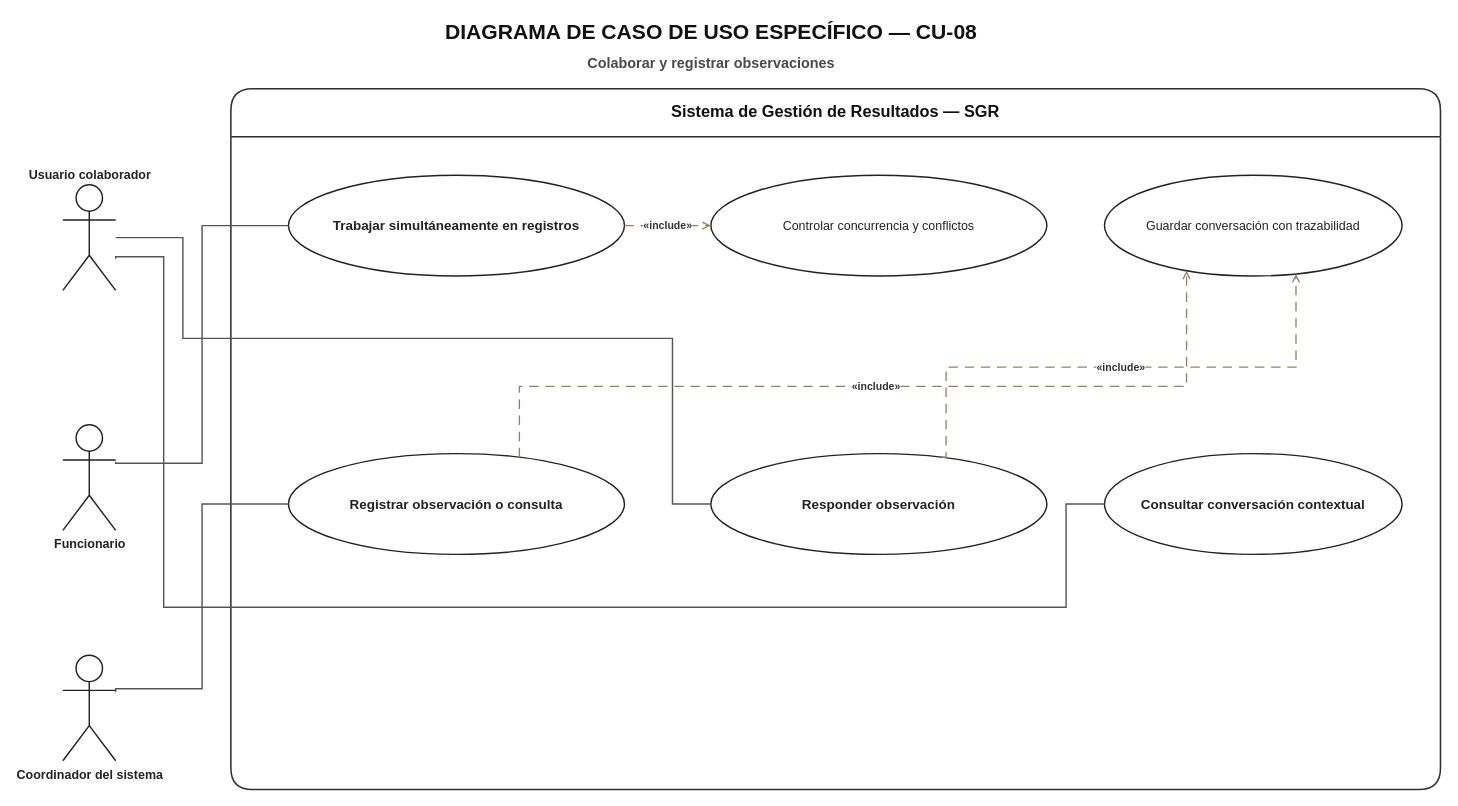
The draw.io diagram docs/uml/02_casos_de_uso/02_especificos/CU08_colaborar_y_registrar_observaciones/Diagrama_Caso_Uso_Especifico_CU08_SGR.drawio in MasterCapehart/sgr-proyecto-integrado, before the edit. Source tidied: cells renumbered, new cells numbered last; positions are measured from the earlier drawing's top-left corner, leaving out a move shared by most shapes. Both pictures are drawn from the tidied source at 96%, with x=0, y=0 at pixel (62, 16).
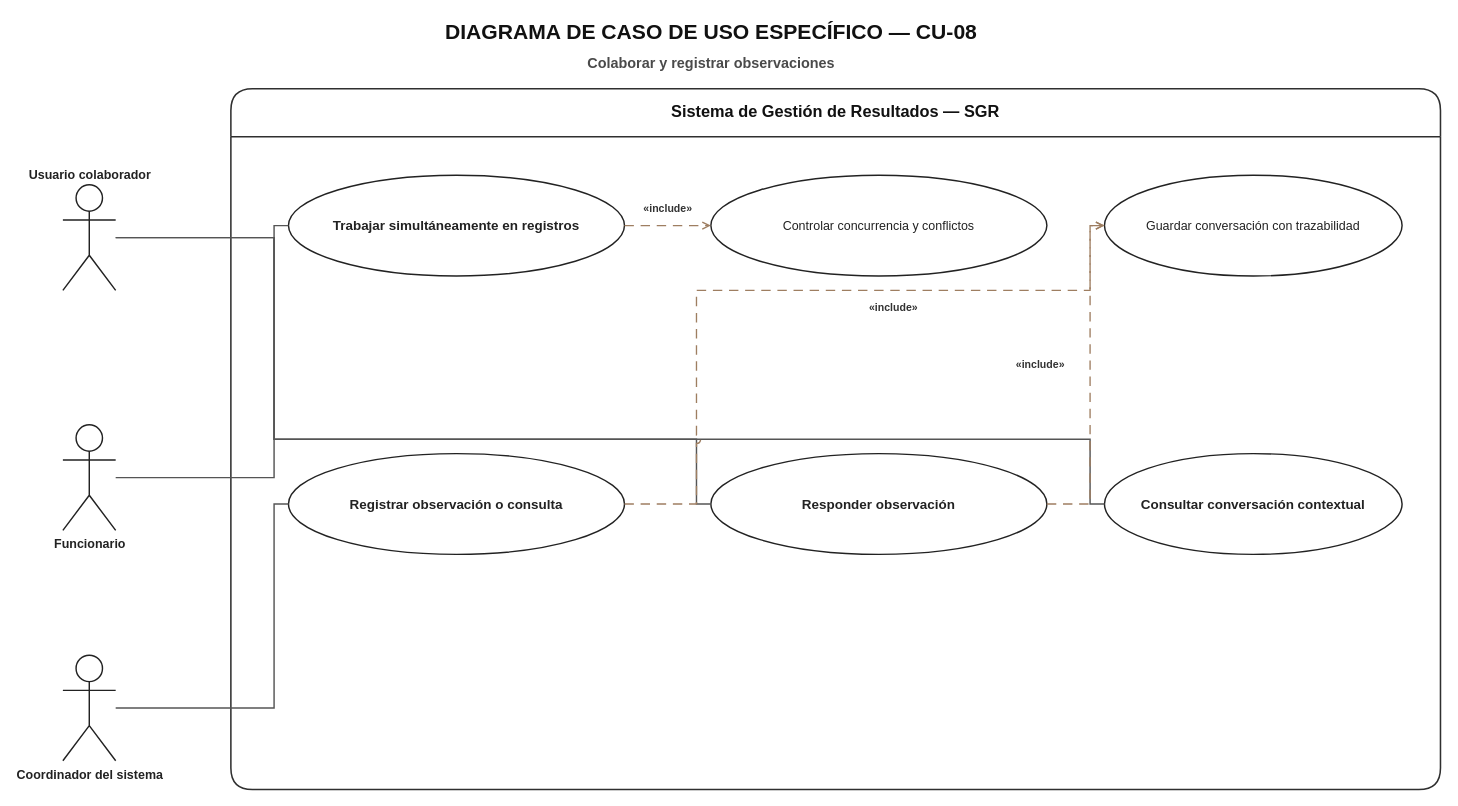
After the change.

The change refers to these unchanged cells:
```xml
<mxCell id="5" value="Usuario colaborador" style="shape=umlActor;verticalLabelPosition=top;verticalAlign=bottom;html=1;outlineConnect=0;fillColor=#FFFFFF;strokeColor=#222222;fontColor=#222222;fontSize=13;fontStyle=1;strokeWidth=1.5;" parent="1" vertex="1">
  <mxGeometry y="175" width="55" height="110" as="geometry" />
</mxCell>
<mxCell id="6" value="Funcionario" style="shape=umlActor;verticalLabelPosition=bottom;verticalAlign=top;html=1;outlineConnect=0;fillColor=#FFFFFF;strokeColor=#222222;fontColor=#222222;fontSize=13;fontStyle=1;strokeWidth=1.5;" parent="1" vertex="1">
  <mxGeometry y="425" width="55" height="110" as="geometry" />
</mxCell>
<mxCell id="7" value="Coordinador del sistema" style="shape=umlActor;verticalLabelPosition=bottom;verticalAlign=top;html=1;outlineConnect=0;fillColor=#FFFFFF;strokeColor=#222222;fontColor=#222222;fontSize=13;fontStyle=1;strokeWidth=1.5;" parent="1" vertex="1">
  <mxGeometry y="665" width="55" height="110" as="geometry" />
</mxCell>
<mxCell id="8" value="Trabajar simultáneamente en registros" style="ellipse;whiteSpace=wrap;html=1;fillColor=#FFFFFF;strokeColor=#222222;fontColor=#222222;fontSize=14;strokeWidth=1.5;fontStyle=1;" parent="1" vertex="1">
  <mxGeometry x="235" y="165" width="350" height="105" as="geometry" />
</mxCell>
<mxCell id="9" value="Controlar concurrencia y conflictos" style="ellipse;whiteSpace=wrap;html=1;fillColor=#FFFFFF;strokeColor=#222222;fontColor=#222222;fontSize=13;strokeWidth=1.5;" parent="1" vertex="1">
  <mxGeometry x="675" y="165" width="350" height="105" as="geometry" />
</mxCell>
<mxCell id="10" value="Guardar conversación con trazabilidad" style="ellipse;whiteSpace=wrap;html=1;fillColor=#FFFFFF;strokeColor=#222222;fontColor=#222222;fontSize=13;strokeWidth=1.5;" parent="1" vertex="1">
  <mxGeometry x="1085" y="165" width="310" height="105" as="geometry" />
</mxCell>
<mxCell id="11" value="Registrar observación o consulta" style="ellipse;whiteSpace=wrap;html=1;fillColor=#FFFFFF;strokeColor=#222222;fontColor=#222222;fontSize=14;strokeWidth=1.5;fontStyle=1;" parent="1" vertex="1">
  <mxGeometry x="235" y="455" width="350" height="105" as="geometry" />
</mxCell>
<mxCell id="12" value="Responder observación" style="ellipse;whiteSpace=wrap;html=1;fillColor=#FFFFFF;strokeColor=#222222;fontColor=#222222;fontSize=14;strokeWidth=1.5;fontStyle=1;" parent="1" vertex="1">
  <mxGeometry x="675" y="455" width="350" height="105" as="geometry" />
</mxCell>
<mxCell id="13" value="Consultar conversación contextual" style="ellipse;whiteSpace=wrap;html=1;fillColor=#FFFFFF;strokeColor=#222222;fontColor=#222222;fontSize=14;strokeWidth=1.5;fontStyle=1;" parent="1" vertex="1">
  <mxGeometry x="1085" y="455" width="310" height="105" as="geometry" />
</mxCell>
```

Change to the diagram source:
```diff
@@
-    <mxCell id="14" style="edgeStyle=orthogonalEdgeStyle;jettySize=auto;endArrow=none;startArrow=none;html=1;rounded=0;strokeColor=#555555;strokeWidth=1.5;exitX=1;exitY=0.35;entryX=0;entryY=0.5;" parent="1" edge="1" source="6" target="8">
+    <mxCell id="14" style="jettySize=auto;endArrow=none;startArrow=none;html=1;strokeColor=#555555;strokeWidth=1.5;jumpSize=8;edgeStyle=none;noEdgeStyle=1;rounded=0;exitX=1;exitY=0.5;entryX=0;entryY=0.5;exitPerimeter=0;entryPerimeter=0;jumpStyle=arc;jumpSize=8;" parent="1" edge="1" source="6" target="8">
       <mxGeometry relative="1" as="geometry">
         <Array as="points">
-          <mxPoint x="145" y="465" />
-          <mxPoint x="145" y="217" />
+          <mxPoint x="220" y="480" />
+          <mxPoint x="220" y="217.5" />
         </Array>
       </mxGeometry>
     </mxCell>
-    <mxCell id="15" style="edgeStyle=orthogonalEdgeStyle;jettySize=auto;endArrow=none;startArrow=none;html=1;rounded=0;strokeColor=#555555;strokeWidth=1.5;exitX=1;exitY=0.35;entryX=0;entryY=0.5;" parent="1" edge="1" source="7" target="11">
+    <mxCell id="15" style="jettySize=auto;endArrow=none;startArrow=none;html=1;strokeColor=#555555;strokeWidth=1.5;jumpSize=8;edgeStyle=none;noEdgeStyle=1;rounded=0;exitX=1;exitY=0.5;entryX=0;entryY=0.5;exitPerimeter=0;entryPerimeter=0;jumpStyle=arc;jumpSize=8;" parent="1" edge="1" source="7" target="11">
       <mxGeometry relative="1" as="geometry">
         <Array as="points">
-          <mxPoint x="145" y="700" />
-          <mxPoint x="145" y="507" />
+          <mxPoint x="220" y="720" />
+          <mxPoint x="220" y="507.5" />
         </Array>
       </mxGeometry>
     </mxCell>
-    <mxCell id="16" style="edgeStyle=orthogonalEdgeStyle;jettySize=auto;endArrow=none;startArrow=none;html=1;rounded=0;strokeColor=#555555;strokeWidth=1.5;exitX=1;exitY=0.5;entryX=0;entryY=0.5;" parent="1" edge="1" source="5" target="12">
+    <mxCell id="16" style="jettySize=auto;endArrow=none;startArrow=none;html=1;strokeColor=#555555;strokeWidth=1.5;jumpSize=8;edgeStyle=none;noEdgeStyle=1;rounded=0;exitX=1;exitY=0.5;entryX=0;entryY=0.5;exitPerimeter=0;entryPerimeter=0;jumpStyle=arc;jumpSize=8;" parent="1" edge="1" source="5" target="12">
       <mxGeometry relative="1" as="geometry">
         <Array as="points">
-          <mxPoint x="125" y="230" />
-          <mxPoint x="125" y="335" />
-          <mxPoint x="635" y="335" />
-          <mxPoint x="635" y="507" />
+          <mxPoint x="220" y="230" />
+          <mxPoint x="220" y="440" />
+          <mxPoint x="660" y="440" />
+          <mxPoint x="660" y="507.5" />
         </Array>
       </mxGeometry>
     </mxCell>
-    <mxCell id="17" style="edgeStyle=orthogonalEdgeStyle;jettySize=auto;endArrow=none;startArrow=none;html=1;rounded=0;strokeColor=#555555;strokeWidth=1.5;exitX=1;exitY=0.7;entryX=0;entryY=0.5;" parent="1" edge="1" source="5" target="13">
+    <mxCell id="17" style="jettySize=auto;endArrow=none;startArrow=none;html=1;strokeColor=#555555;strokeWidth=1.5;jumpSize=8;edgeStyle=none;noEdgeStyle=1;rounded=0;exitX=1;exitY=0.5;entryX=0;entryY=0.5;exitPerimeter=0;entryPerimeter=0;jumpStyle=arc;jumpSize=8;" parent="1" edge="1" source="5" target="13">
       <mxGeometry relative="1" as="geometry">
         <Array as="points">
-          <mxPoint x="105" y="250" />
-          <mxPoint x="105" y="615" />
-          <mxPoint x="1045" y="615" />
-          <mxPoint x="1045" y="507" />
+          <mxPoint x="220" y="230" />
+          <mxPoint x="220" y="440" />
+          <mxPoint x="1070" y="440" />
+          <mxPoint x="1070" y="507.5" />
         </Array>
       </mxGeometry>
     </mxCell>
-    <mxCell id="18" value="«include»" style="edgeStyle=orthogonalEdgeStyle;jettySize=auto;endArrow=open;endFill=0;startArrow=none;html=1;rounded=0;dashed=1;dashPattern=7 5;strokeColor=#9E7E61;strokeWidth=1.4;fontSize=11;fontStyle=1;labelBackgroundColor=#FFFFFF;exitX=1;exitY=0.5;entryX=0;entryY=0.5;fontColor=#333333;" parent="1" edge="1" source="8" target="9">
-      <mxGeometry relative="1" as="geometry" />
+    <mxCell id="18" value="«include»" style="jettySize=auto;endArrow=open;endFill=0;startArrow=none;html=1;dashed=1;dashPattern=7 5;strokeColor=#9E7E61;strokeWidth=1.4;fontSize=11;fontStyle=1;labelBackgroundColor=#FFFFFF;fontColor=#333333;jumpSize=8;edgeStyle=none;noEdgeStyle=1;rounded=0;exitX=1;exitY=0.5;entryX=0;entryY=0.5;exitPerimeter=0;entryPerimeter=0;jumpStyle=arc;jumpSize=8;" parent="1" edge="1" source="8" target="9">
+      <mxGeometry relative="1" as="geometry">
+        <mxPoint y="-18" as="offset" />
+      </mxGeometry>
     </mxCell>
-    <mxCell id="19" value="«include»" style="edgeStyle=orthogonalEdgeStyle;jettySize=auto;endArrow=open;endFill=0;startArrow=none;html=1;rounded=0;dashed=1;dashPattern=7 5;strokeColor=#9E7E61;strokeWidth=1.4;fontSize=11;fontStyle=1;labelBackgroundColor=#FFFFFF;exitX=0.7;exitY=0;entryX=0.25;entryY=1;fontColor=#333333;" parent="1" edge="1" source="11" target="10">
-      <mxGeometry relative="1" as="geometry">
+    <mxCell id="19" value="«include»" style="jettySize=auto;endArrow=open;endFill=0;startArrow=none;html=1;dashed=1;dashPattern=7 5;strokeColor=#9E7E61;strokeWidth=1.4;fontSize=11;fontStyle=1;labelBackgroundColor=#FFFFFF;fontColor=#333333;jumpSize=8;edgeStyle=none;noEdgeStyle=1;rounded=0;exitX=1;exitY=0.5;entryX=0;entryY=0.5;exitPerimeter=0;entryPerimeter=0;jumpStyle=arc;jumpSize=8;" parent="1" edge="1" source="11" target="10">
+      <mxGeometry x="0.27" relative="1" as="geometry">
         <Array as="points">
-          <mxPoint x="480" y="385" />
-          <mxPoint x="1160" y="385" />
+          <mxPoint x="660" y="507.5" />
+          <mxPoint x="660" y="285" />
+          <mxPoint x="1070" y="285" />
+          <mxPoint x="1070" y="217.5" />
         </Array>
+        <mxPoint y="18" as="offset" />
       </mxGeometry>
     </mxCell>
-    <mxCell id="20" value="«include»" style="edgeStyle=orthogonalEdgeStyle;jettySize=auto;endArrow=open;endFill=0;startArrow=none;html=1;rounded=0;dashed=1;dashPattern=7 5;strokeColor=#9E7E61;strokeWidth=1.4;fontSize=11;fontStyle=1;labelBackgroundColor=#FFFFFF;exitX=0.7;exitY=0;entryX=0.65;entryY=1;fontColor=#333333;" parent="1" edge="1" source="12" target="10">
-      <mxGeometry relative="1" as="geometry">
+    <mxCell id="20" value="«include»" style="jettySize=auto;endArrow=open;endFill=0;startArrow=none;html=1;dashed=1;dashPattern=7 5;strokeColor=#9E7E61;strokeWidth=1.4;fontSize=11;fontStyle=1;labelBackgroundColor=#FFFFFF;fontColor=#333333;jumpSize=8;edgeStyle=none;noEdgeStyle=1;rounded=0;exitX=1;exitY=0.5;entryX=0;entryY=0.5;exitPerimeter=0;entryPerimeter=0;jumpStyle=arc;jumpSize=8;" parent="1" edge="1" source="12" target="10">
+      <mxGeometry x="0.09" relative="1" as="geometry">
         <Array as="points">
-          <mxPoint x="920" y="365" />
-          <mxPoint x="1285" y="365" />
+          <mxPoint x="1070" y="507.5" />
+          <mxPoint x="1070" y="217.5" />
         </Array>
+        <mxPoint x="-52" as="offset" />
       </mxGeometry>
     </mxCell>
```
